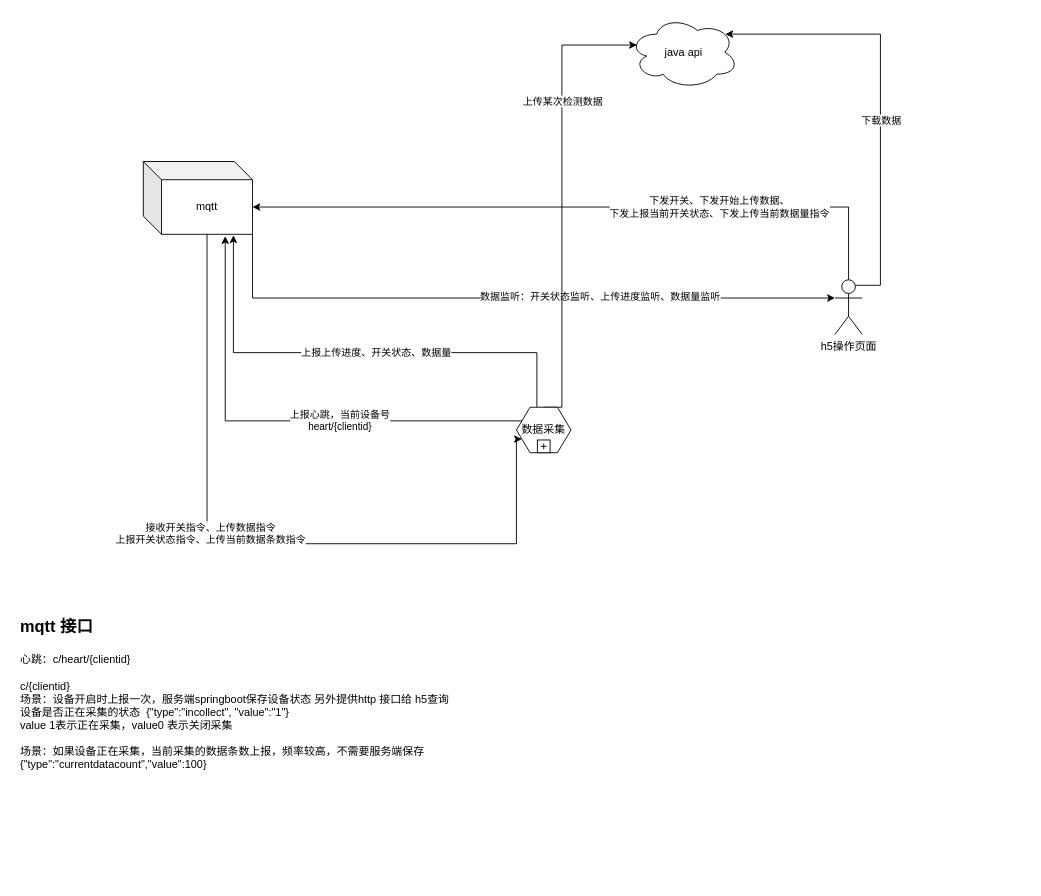
a83988029/data_collect_arch keeps this draw.io diagram as page "架构图" (1 of 2) of Untitled Diagram.drawio. Above is the earlier version. Source tidied: cells renumbered, new cells numbered last; positions are measured from the earlier drawing's top-left corner, leaving out a move shared by most shapes. Both pictures are drawn from the tidied source at 91%, with x=0, y=0 at pixel (15, 15).
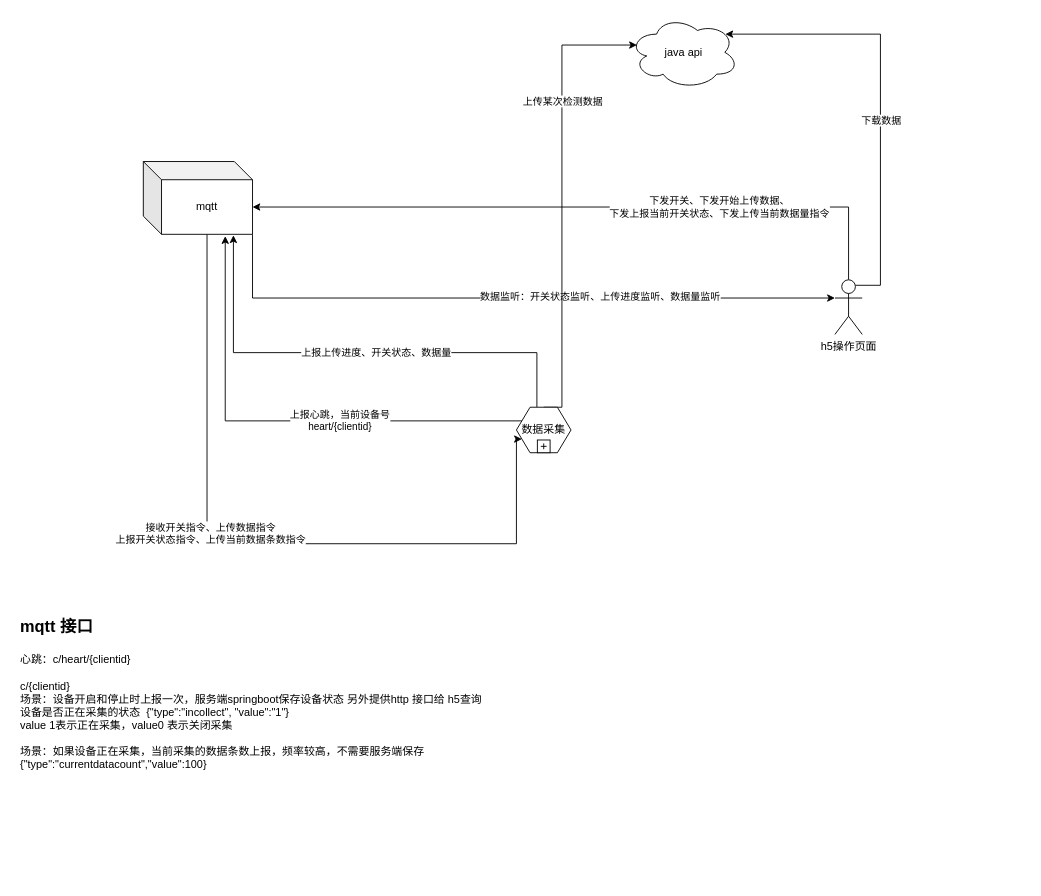
After the change.

Change to the diagram source:
```diff
@@
-    <mxCell id="21" value="&lt;h1&gt;&lt;font style=&quot;font-size: 18px&quot;&gt;mqtt 接口&lt;/font&gt;&lt;/h1&gt;&lt;div&gt;心跳：c/heart/{clientid}&lt;/div&gt;&lt;div&gt;&lt;br&gt;&lt;/div&gt;&lt;div&gt;c/{clientid}&lt;/div&gt;&lt;div&gt;场景：设备开启时上报一次，服务端springboot保存设备状态 另外提供http 接口给 h5查询&lt;/div&gt;&lt;div&gt;&lt;span&gt;设备是否正在采集的状态&amp;nbsp; {&quot;type&quot;:&quot;incollect&quot;, &quot;value&quot;:&quot;1&quot;}&lt;/span&gt;&lt;br&gt;&lt;/div&gt;&lt;div&gt;&lt;span&gt;value 1表示正在采集，value0 表示关闭采集&lt;/span&gt;&lt;/div&gt;&lt;div&gt;&lt;br&gt;&lt;/div&gt;&lt;div&gt;场景：如果设备正在采集，当前采集的数据条数上报，频率较高，不需要服务端保存&lt;/div&gt;&lt;div&gt;{&quot;type&quot;:&quot;currentdatacount&quot;,&quot;value&quot;:100}&lt;/div&gt;&lt;div&gt;&lt;span&gt;&lt;/span&gt;&lt;/div&gt;&lt;div&gt;&lt;br&gt;&lt;/div&gt;" style="text;html=1;strokeColor=none;fillColor=none;spacing=5;spacingTop=-20;whiteSpace=wrap;overflow=hidden;rounded=0;" parent="1" vertex="1">
+    <mxCell id="21" value="&lt;h1&gt;&lt;font style=&quot;font-size: 18px&quot;&gt;mqtt 接口&lt;/font&gt;&lt;/h1&gt;&lt;div&gt;心跳：c/heart/{clientid}&lt;/div&gt;&lt;div&gt;&lt;br&gt;&lt;/div&gt;&lt;div&gt;c/{clientid}&lt;/div&gt;&lt;div&gt;场景：设备开启和停止时上报一次，服务端springboot保存设备状态 另外提供http 接口给 h5查询&lt;/div&gt;&lt;div&gt;&lt;span&gt;设备是否正在采集的状态&amp;nbsp; {&quot;type&quot;:&quot;incollect&quot;, &quot;value&quot;:&quot;1&quot;}&lt;/span&gt;&lt;br&gt;&lt;/div&gt;&lt;div&gt;&lt;span&gt;value 1表示正在采集，value0 表示关闭采集&lt;/span&gt;&lt;/div&gt;&lt;div&gt;&lt;br&gt;&lt;/div&gt;&lt;div&gt;场景：如果设备正在采集，当前采集的数据条数上报，频率较高，不需要服务端保存&lt;/div&gt;&lt;div&gt;{&quot;type&quot;:&quot;currentdatacount&quot;,&quot;value&quot;:100}&lt;/div&gt;&lt;div&gt;&lt;span&gt;&lt;/span&gt;&lt;/div&gt;&lt;div&gt;&lt;br&gt;&lt;/div&gt;&lt;div&gt;&lt;br&gt;&lt;/div&gt;&lt;div&gt;&lt;br&gt;&lt;/div&gt;" style="text;html=1;strokeColor=none;fillColor=none;spacing=5;spacingTop=-20;whiteSpace=wrap;overflow=hidden;rounded=0;" parent="1" vertex="1">
       <mxGeometry y="650" width="1110" height="300" as="geometry" />
     </mxCell>
```
